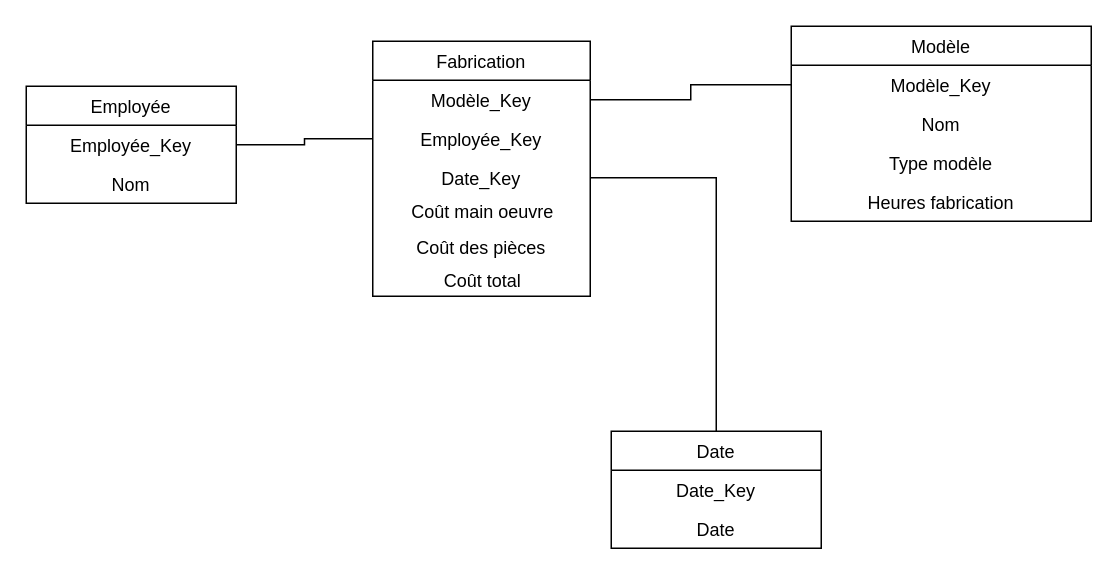
The draw.io diagram drawio/tp_met_E2_fabrication_etoile.drawio in wHiteRht/MET6910, before the edit. Source tidied: cells renumbered, new cells numbered last; positions are measured from the earlier drawing's top-left corner, leaving out a move shared by most shapes. Both pictures are drawn from the tidied source at 150%, with x=0, y=0 at pixel (26, 26).
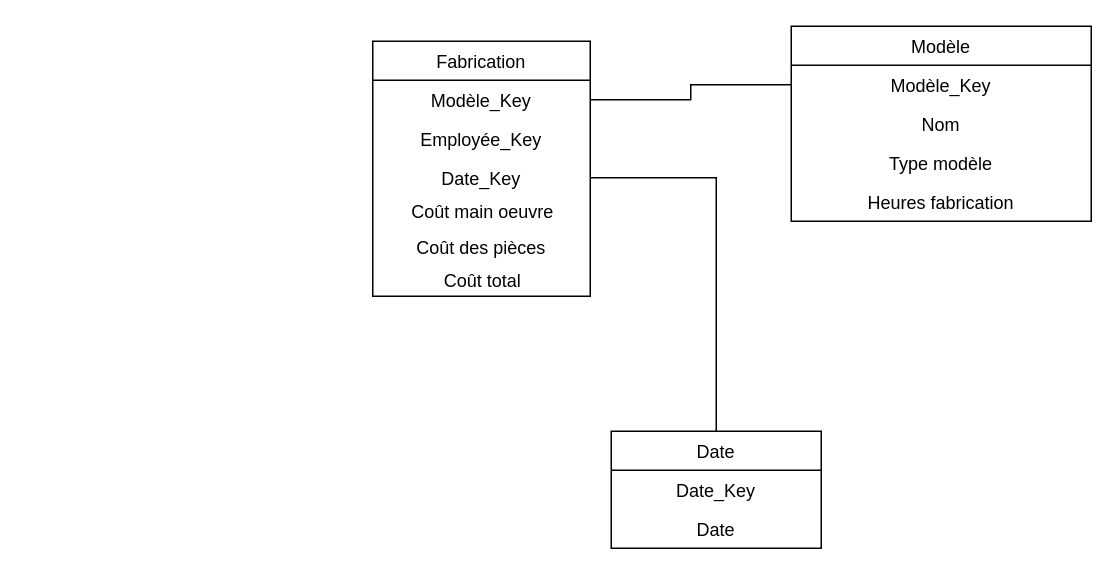
After the change.

Commit message:
Modified fabrication etoile model

The change refers to these unchanged cells:
```xml
<mxCell id="5" value="Employée_Key" style="text;strokeColor=none;fillColor=none;align=center;verticalAlign=top;spacingLeft=4;spacingRight=4;overflow=hidden;points=[[0,0.5],[1,0.5]];portConstraint=eastwest;fontSize=12;" parent="3" vertex="1">
  <mxGeometry y="52" width="145" height="26" as="geometry" />
</mxCell>
```

What changed in the source:
```diff
@@
-    <mxCell id="10" value="Employée" style="swimlane;fontStyle=0;horizontal=1;startSize=26;fillColor=none;align=center;" parent="1" vertex="1">
-      <mxGeometry y="40" width="140" height="78" as="geometry" />
-    </mxCell>
-    <mxCell id="11" value="Employée_Key" style="text;strokeColor=none;fillColor=none;align=center;verticalAlign=top;spacingLeft=4;spacingRight=4;overflow=hidden;points=[[0,0.5],[1,0.5]];portConstraint=eastwest;" parent="10" vertex="1">
-      <mxGeometry y="26" width="140" height="26" as="geometry" />
-    </mxCell>
-    <mxCell id="12" value="Nom" style="text;strokeColor=none;fillColor=none;align=center;verticalAlign=top;spacingLeft=4;spacingRight=4;overflow=hidden;" parent="10" vertex="1">
-      <mxGeometry y="52" width="140" height="26" as="geometry" />
-    </mxCell>
-    <mxCell id="13" style="edgeStyle=orthogonalEdgeStyle;rounded=0;jettySize=auto;html=1;exitX=1;exitY=0.5;exitDx=0;exitDy=0;entryX=0;entryY=0.5;entryDx=0;entryDy=0;endArrow=none;endFill=0;" parent="1" edge="1" source="11" target="5">
-      <mxGeometry relative="1" as="geometry" />
-    </mxCell>
```
